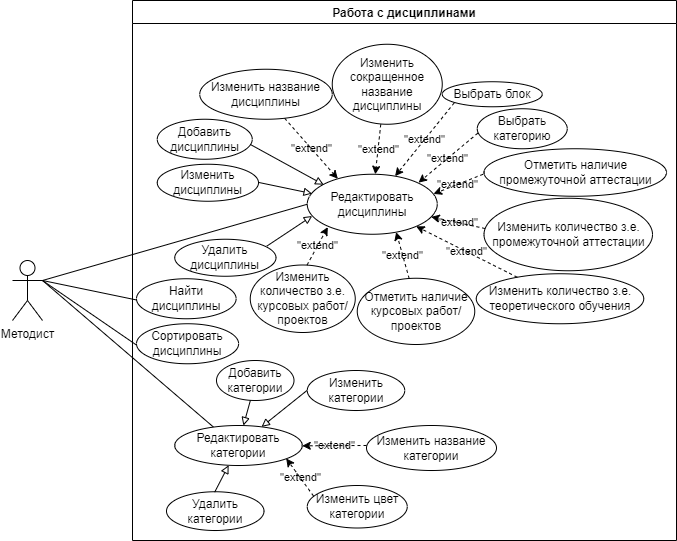
iCosmos76/Curriculum-Designer keeps this draw.io diagram as UC_Bloks/Use_case_word_with_disciplines.drawio.png. Above is the earlier version. Source tidied: cells renumbered, new cells last; positions are measured from the earlier drawing's top-left corner, leaving out a move shared by most shapes.
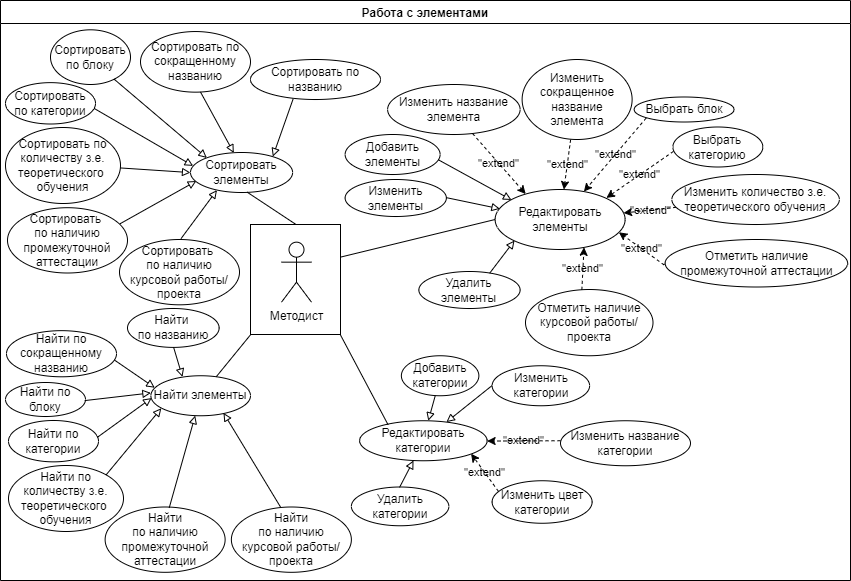
Above is the later version.

Diff of the diagram source:
```diff
@@ -2,48 +2,44 @@
   <root>
     <mxCell id="0" />
     <mxCell id="1" parent="0" />
-    <mxCell id="2" value="Методист" style="shape=umlActor;verticalLabelPosition=bottom;verticalAlign=top;html=1;" parent="1" vertex="1">
-      <mxGeometry y="260" width="30" height="60" as="geometry" />
-    </mxCell>
+    <mxCell id="46" style="rounded=0;whiteSpace=wrap;html=1;fillColor=none;" parent="1" vertex="1">
+      <mxGeometry x="370" y="224" width="90" height="110" as="geometry" />
+    </mxCell>
-    <mxCell id="3" style="endArrow=none;html=1;rounded=0;entryX=0;entryY=0.5;entryDx=0;entryDy=0;" parent="1" edge="1" target="17">
-      <mxGeometry relative="1" as="geometry">
-        <mxPoint x="30" y="280" as="sourcePoint" />
-      </mxGeometry>
+    <mxCell id="3" style="endArrow=none;html=1;rounded=0;entryX=0;entryY=0.5;entryDx=0;entryDy=0;exitX=1.003;exitY=0.296;exitDx=0;exitDy=0;exitPerimeter=0;" parent="1" edge="1" source="46" target="17">
+      <mxGeometry relative="1" as="geometry" />
     </mxCell>
-    <mxCell id="4" style="endArrow=none;html=1;rounded=0;entryX=0.304;entryY=0.04;entryDx=0;entryDy=0;entryPerimeter=0;" parent="1" edge="1" target="7">
-      <mxGeometry relative="1" as="geometry">
-        <mxPoint x="30" y="280" as="sourcePoint" />
-      </mxGeometry>
-    </mxCell>
-    <mxCell id="5" value="Работа с дисциплинами" style="swimlane;" parent="1" vertex="1">
-      <mxGeometry x="120" width="544" height="540" as="geometry" />
+    <mxCell id="5" value="Работа с элементами" style="swimlane;" parent="1" vertex="1">
+      <mxGeometry x="120" width="850" height="580" as="geometry" />
     </mxCell>
+    <mxCell id="47" style="endArrow=block;html=1;rounded=0;labelBorderColor=none;endFill=0;exitX=0.411;exitY=0.005;exitDx=0;exitDy=0;exitPerimeter=0;entryX=0.729;entryY=0.929;entryDx=0;entryDy=0;entryPerimeter=0;" parent="5" edge="1" source="61" target="42">
+      <mxGeometry relative="1" as="geometry" />
+    </mxCell>
     <mxCell id="6" value="Добавить категории" style="ellipse;whiteSpace=wrap;html=1;" parent="5" vertex="1">
-      <mxGeometry x="84" y="360" width="77.5" height="40" as="geometry" />
+      <mxGeometry x="400.9" y="355.2" width="77.5" height="40" as="geometry" />
     </mxCell>
     <mxCell id="7" value="Редактировать категории" style="ellipse;whiteSpace=wrap;html=1;" parent="5" vertex="1">
-      <mxGeometry x="42.2" y="425" width="127.5" height="40" as="geometry" />
+      <mxGeometry x="359.1" y="420.2" width="127.5" height="40" as="geometry" />
     </mxCell>
     <mxCell id="8" style="endArrow=block;html=1;rounded=0;labelBorderColor=none;endFill=0;" parent="5" edge="1" source="6" target="7">
       <mxGeometry relative="1" as="geometry" />
     </mxCell>
     <mxCell id="9" value="Изменить категории" style="ellipse;whiteSpace=wrap;html=1;" parent="5" vertex="1">
-      <mxGeometry x="174.8" y="370" width="97.5" height="40" as="geometry" />
+      <mxGeometry x="491.6" y="365.2" width="97.5" height="40" as="geometry" />
     </mxCell>
     <mxCell id="10" style="endArrow=block;html=1;rounded=0;labelBorderColor=none;endFill=0;exitX=-0.003;exitY=0.5;exitDx=0;exitDy=0;exitPerimeter=0;" parent="5" edge="1" source="9" target="7">
       <mxGeometry relative="1" as="geometry" />
     </mxCell>
     <mxCell id="11" value="Удалить категории" style="ellipse;whiteSpace=wrap;html=1;" parent="5" vertex="1">
-      <mxGeometry x="34" y="491.2" width="97.5" height="38.8" as="geometry" />
+      <mxGeometry x="350.9" y="486.5" width="97.5" height="38.8" as="geometry" />
     </mxCell>
     <mxCell id="12" style="endArrow=block;html=1;rounded=0;labelBorderColor=none;endFill=0;exitX=0.494;exitY=0.011;exitDx=0;exitDy=0;exitPerimeter=0;" parent="5" edge="1" source="11" target="7">
       <mxGeometry relative="1" as="geometry" />
     </mxCell>
     <mxCell id="13" value="Изменить название категории" style="ellipse;whiteSpace=wrap;html=1;" parent="5" vertex="1">
-      <mxGeometry x="234" y="425" width="130" height="45" as="geometry" />
+      <mxGeometry x="560" y="420.2" width="130" height="45" as="geometry" />
     </mxCell>
     <mxCell id="14" value="Изменить цвет категории" style="ellipse;whiteSpace=wrap;html=1;" parent="5" vertex="1">
-      <mxGeometry x="174.8" y="485" width="100" height="42.5" as="geometry" />
+      <mxGeometry x="491.6" y="480.2" width="100" height="42.5" as="geometry" />
     </mxCell>
     <mxCell id="15" value="&quot;extend&quot;" style="endArrow=classic;html=1;rounded=0;dashed=1;labelBackgroundColor=none;exitX=0;exitY=0.444;exitDx=0;exitDy=0;exitPerimeter=0;entryX=1;entryY=0.508;entryDx=0;entryDy=0;entryPerimeter=0;" parent="5" edge="1" source="13" target="7">
       <mxGeometry relative="1" as="geometry" />
@@ -51,49 +47,34 @@
     <mxCell id="16" value="&quot;extend&quot;" style="endArrow=classic;html=1;rounded=0;dashed=1;labelBackgroundColor=none;entryX=0.874;entryY=0.823;entryDx=0;entryDy=0;entryPerimeter=0;exitX=0.063;exitY=0.249;exitDx=0;exitDy=0;exitPerimeter=0;" parent="5" edge="1" source="14" target="7">
       <mxGeometry relative="1" as="geometry" />
     </mxCell>
-    <mxCell id="17" value="Редактировать дисциплины" style="ellipse;whiteSpace=wrap;html=1;" parent="5" vertex="1">
-      <mxGeometry x="174.8" y="173.8" width="130" height="60" as="geometry" />
+    <mxCell id="17" value="Редактировать элементы" style="ellipse;whiteSpace=wrap;html=1;" parent="5" vertex="1">
+      <mxGeometry x="494.6" y="189" width="130" height="60" as="geometry" />
     </mxCell>
     <mxCell id="18" value="Выбрать блок" style="ellipse;whiteSpace=wrap;html=1;" parent="5" vertex="1">
-      <mxGeometry x="309.8" y="81.2" width="100" height="25" as="geometry" />
+      <mxGeometry x="633.6" y="96.5" width="100" height="25" as="geometry" />
     </mxCell>
-    <mxCell id="19" value="Изменить название дисциплины" style="ellipse;whiteSpace=wrap;html=1;" parent="5" vertex="1">
-      <mxGeometry x="67.2" y="68.8" width="132.5" height="50" as="geometry" />
+    <mxCell id="19" value="Изменить название элемента" style="ellipse;whiteSpace=wrap;html=1;" parent="5" vertex="1">
+      <mxGeometry x="387.1" y="84" width="132.5" height="50" as="geometry" />
     </mxCell>
     <mxCell id="20" value="Изменить количество з.е.&lt;br&gt;теоретического обучения" style="ellipse;whiteSpace=wrap;html=1;" parent="5" vertex="1">
-      <mxGeometry x="343.8" y="273.2" width="167.5" height="50" as="geometry" />
+      <mxGeometry x="671.4" y="174" width="167.5" height="50" as="geometry" />
     </mxCell>
     <mxCell id="21" value="&quot;extend&quot;" style="endArrow=classic;html=1;rounded=0;dashed=1;labelBorderColor=none;exitX=0.641;exitY=0.981;exitDx=0;exitDy=0;exitPerimeter=0;labelBackgroundColor=none;entryX=0.235;entryY=0.075;entryDx=0;entryDy=0;entryPerimeter=0;" parent="5" edge="1" source="19" target="17">
       <mxGeometry relative="1" as="geometry" />
     </mxCell>
-    <mxCell id="22" value="Изменить количество з.е. курсовых работ/ проектов" style="ellipse;whiteSpace=wrap;html=1;" parent="5" vertex="1">
-      <mxGeometry x="117.8" y="264.5" width="105" height="67.5" as="geometry" />
-    </mxCell>
-    <mxCell id="23" value="&quot;extend&quot;" style="endArrow=classic;html=1;rounded=0;dashed=1;exitX=0.541;exitY=0;exitDx=0;exitDy=0;entryX=0.158;entryY=0.881;entryDx=0;entryDy=0;entryPerimeter=0;labelBackgroundColor=none;exitPerimeter=0;" parent="5" edge="1" source="22" target="17">
-      <mxGeometry relative="1" as="geometry" />
-    </mxCell>
     <mxCell id="24" value="Выбрать категорию" style="ellipse;whiteSpace=wrap;html=1;" parent="5" vertex="1">
-      <mxGeometry x="344.8" y="108.2" width="90" height="40" as="geometry" />
+      <mxGeometry x="672.4" y="126.5" width="90" height="40" as="geometry" />
     </mxCell>
-    <mxCell id="25" value="Изменить количество з.е. промежуточной аттестации" style="ellipse;whiteSpace=wrap;html=1;" parent="5" vertex="1">
-      <mxGeometry x="351.5" y="197.8" width="168.5" height="72.5" as="geometry" />
-    </mxCell>
-    <mxCell id="26" value="&quot;extend&quot;" style="endArrow=classic;html=1;rounded=0;dashed=1;labelBackgroundColor=none;exitX=0.007;exitY=0.418;exitDx=0;exitDy=0;exitPerimeter=0;" parent="5" edge="1" source="25" target="17">
-      <mxGeometry relative="1" as="geometry" />
-    </mxCell>
-    <mxCell id="27" value="Отметить наличие курсовых работ/ проектов" style="ellipse;whiteSpace=wrap;html=1;" parent="5" vertex="1">
-      <mxGeometry x="224.8" y="277.8" width="117.5" height="66.2" as="geometry" />
+    <mxCell id="27" value="Отметить наличие курсовой работы/ проекта" style="ellipse;whiteSpace=wrap;html=1;" parent="5" vertex="1">
+      <mxGeometry x="525" y="289" width="127.5" height="66.2" as="geometry" />
     </mxCell>
     <mxCell id="28" value="&quot;extend&quot;" style="endArrow=classic;html=1;rounded=0;dashed=1;exitX=0.442;exitY=0.005;exitDx=0;exitDy=0;entryX=0.684;entryY=0.964;entryDx=0;entryDy=0;entryPerimeter=0;labelBackgroundColor=none;exitPerimeter=0;" parent="5" edge="1" source="27" target="17">
       <mxGeometry relative="1" as="geometry" />
     </mxCell>
-    <mxCell id="29" value="Изменить сокращенное название дисциплины" style="ellipse;whiteSpace=wrap;html=1;" parent="5" vertex="1">
-      <mxGeometry x="199.8" y="43.8" width="110" height="80" as="geometry" />
+    <mxCell id="29" value="Изменить сокращенное название элемента" style="ellipse;whiteSpace=wrap;html=1;" parent="5" vertex="1">
+      <mxGeometry x="521.6" y="59" width="110" height="80" as="geometry" />
     </mxCell>
-    <mxCell id="30" value="Отметить наличие промежуточной аттестации" style="ellipse;whiteSpace=wrap;html=1;" parent="5" vertex="1">
-      <mxGeometry x="351.5" y="148.2" width="182.5" height="47.5" as="geometry" />
-    </mxCell>
-    <mxCell id="31" value="&quot;extend&quot;" style="endArrow=classic;html=1;rounded=0;dashed=1;labelBackgroundColor=none;exitX=-0.005;exitY=0.537;exitDx=0;exitDy=0;exitPerimeter=0;entryX=0.971;entryY=0.328;entryDx=0;entryDy=0;entryPerimeter=0;" parent="5" edge="1" source="30" target="17">
+    <mxCell id="31" value="&quot;extend&quot;" style="endArrow=classic;html=1;rounded=0;dashed=1;labelBackgroundColor=none;exitX=-0.005;exitY=0.537;exitDx=0;exitDy=0;exitPerimeter=0;entryX=0.952;entryY=0.713;entryDx=0;entryDy=0;entryPerimeter=0;" parent="5" edge="1" source="30" target="17">
       <mxGeometry relative="1" as="geometry" />
     </mxCell>
     <mxCell id="32" value="&quot;extend&quot;" style="endArrow=classic;html=1;rounded=0;dashed=1;labelBorderColor=none;exitX=0.441;exitY=1.002;exitDx=0;exitDy=0;exitPerimeter=0;labelBackgroundColor=none;" parent="5" edge="1" source="29" target="17">
@@ -108,11 +89,11 @@
     <mxCell id="35" value="&quot;extend&quot;" style="endArrow=classic;html=1;rounded=0;dashed=1;labelBackgroundColor=none;" parent="5" edge="1" source="20" target="17">
       <mxGeometry relative="1" as="geometry" />
     </mxCell>
-    <mxCell id="36" value="Добавить дисциплины" style="ellipse;whiteSpace=wrap;html=1;" parent="5" vertex="1">
-      <mxGeometry x="24.8" y="118.8" width="95" height="40" as="geometry" />
+    <mxCell id="36" value="Добавить элементы" style="ellipse;whiteSpace=wrap;html=1;" parent="5" vertex="1">
+      <mxGeometry x="344.6" y="134" width="95" height="40" as="geometry" />
     </mxCell>
-    <mxCell id="37" value="Изменить дисциплины" style="ellipse;whiteSpace=wrap;html=1;" parent="5" vertex="1">
-      <mxGeometry x="24.8" y="163.8" width="101.2" height="37" as="geometry" />
+    <mxCell id="37" value="Изменить элементы" style="ellipse;whiteSpace=wrap;html=1;" parent="5" vertex="1">
+      <mxGeometry x="344.6" y="179" width="101.2" height="37" as="geometry" />
     </mxCell>
     <mxCell id="38" style="endArrow=block;html=1;rounded=0;labelBorderColor=none;endFill=0;exitX=0.982;exitY=0.633;exitDx=0;exitDy=0;exitPerimeter=0;entryX=0.126;entryY=0.174;entryDx=0;entryDy=0;entryPerimeter=0;" parent="5" edge="1" source="36" target="17">
       <mxGeometry relative="1" as="geometry" />
@@ -120,27 +101,113 @@
     <mxCell id="39" style="endArrow=block;html=1;rounded=0;labelBorderColor=none;endFill=0;exitX=1.001;exitY=0.491;exitDx=0;exitDy=0;exitPerimeter=0;entryX=0.037;entryY=0.322;entryDx=0;entryDy=0;entryPerimeter=0;" parent="5" edge="1" source="37" target="17">
       <mxGeometry relative="1" as="geometry" />
     </mxCell>
-    <mxCell id="40" value="Удалить дисциплины" style="ellipse;whiteSpace=wrap;html=1;" parent="5" vertex="1">
-      <mxGeometry x="42.2" y="238.8" width="101.2" height="37" as="geometry" />
+    <mxCell id="40" value="Удалить элементы" style="ellipse;whiteSpace=wrap;html=1;" parent="5" vertex="1">
+      <mxGeometry x="418.4" y="271" width="101.2" height="37" as="geometry" />
     </mxCell>
-    <mxCell id="41" style="endArrow=block;html=1;rounded=0;labelBorderColor=none;endFill=0;exitX=0.91;exitY=0.184;exitDx=0;exitDy=0;exitPerimeter=0;entryX=0.038;entryY=0.696;entryDx=0;entryDy=0;entryPerimeter=0;" parent="5" edge="1" source="40" target="17">
+    <mxCell id="41" style="endArrow=block;html=1;rounded=0;labelBorderColor=none;endFill=0;exitX=0.699;exitY=0.047;exitDx=0;exitDy=0;exitPerimeter=0;entryX=0.149;entryY=0.851;entryDx=0;entryDy=0;entryPerimeter=0;" parent="5" edge="1" source="40" target="17">
       <mxGeometry relative="1" as="geometry" />
     </mxCell>
+    <mxCell id="48" value="Сортировать по сокращенному названию" style="ellipse;whiteSpace=wrap;html=1;" parent="5" vertex="1">
+      <mxGeometry x="140" y="31" width="110" height="60.6" as="geometry" />
+    </mxCell>
+    <mxCell id="30" value="Отметить наличие промежуточной аттестации" style="ellipse;whiteSpace=wrap;html=1;" parent="5" vertex="1">
+      <mxGeometry x="664.6" y="239" width="182.5" height="47.5" as="geometry" />
+    </mxCell>
-    <mxCell id="42" value="Найти дисциплины" style="ellipse;whiteSpace=wrap;html=1;" parent="5" vertex="1">
-      <mxGeometry x="4" y="278.2" width="99.6" height="40" as="geometry" />
+    <mxCell id="42" value="Найти элементы" style="ellipse;whiteSpace=wrap;html=1;" parent="5" vertex="1">
+      <mxGeometry x="150.4" y="375.2" width="99.6" height="40" as="geometry" />
     </mxCell>
-    <mxCell id="43" value="Сортировать дисциплины" style="ellipse;whiteSpace=wrap;html=1;" parent="5" vertex="1">
-      <mxGeometry x="4" y="323.2" width="102.1" height="40" as="geometry" />
+    <mxCell id="43" value="Сортировать элементы" style="ellipse;whiteSpace=wrap;html=1;" parent="5" vertex="1">
+      <mxGeometry x="190" y="152" width="102.1" height="40" as="geometry" />
     </mxCell>
+    <mxCell id="49" value="Сортировать по названию" style="ellipse;whiteSpace=wrap;html=1;" parent="5" vertex="1">
+      <mxGeometry x="250" y="59" width="130" height="40" as="geometry" />
+    </mxCell>
+    <mxCell id="50" value="Сортировать по блоку" style="ellipse;whiteSpace=wrap;html=1;" parent="5" vertex="1">
+      <mxGeometry x="50" y="29.3" width="80" height="54.7" as="geometry" />
+    </mxCell>
+    <mxCell id="51" value="Сортировать по категории" style="ellipse;whiteSpace=wrap;html=1;" parent="5" vertex="1">
+      <mxGeometry x="5" y="82.2" width="90" height="41.4" as="geometry" />
+    </mxCell>
+    <mxCell id="52" value="Сортировать по количеству з.е. теоретического &lt;br&gt;обучения" style="ellipse;whiteSpace=wrap;html=1;" parent="5" vertex="1">
+      <mxGeometry x="5" y="127" width="115" height="76" as="geometry" />
+    </mxCell>
+    <mxCell id="53" value="Сортировать &lt;br&gt;по наличию промежуточной аттестации" style="ellipse;whiteSpace=wrap;html=1;" parent="5" vertex="1">
+      <mxGeometry x="7" y="207.2" width="120" height="65.3" as="geometry" />
+    </mxCell>
+    <mxCell id="54" value="Сортировать &lt;br&gt;по наличию курсовой работы/проекта" style="ellipse;whiteSpace=wrap;html=1;" parent="5" vertex="1">
+      <mxGeometry x="119" y="239" width="120" height="65.3" as="geometry" />
+    </mxCell>
+    <mxCell id="55" value="Найти по сокращенному названию" style="ellipse;whiteSpace=wrap;html=1;" parent="5" vertex="1">
+      <mxGeometry x="6" y="330.2" width="110" height="46.1" as="geometry" />
+    </mxCell>
+    <mxCell id="56" value="Найти &lt;br&gt;по названию" style="ellipse;whiteSpace=wrap;html=1;" parent="5" vertex="1">
+      <mxGeometry x="127" y="308" width="91.6" height="38.9" as="geometry" />
+    </mxCell>
+    <mxCell id="57" value="Найти по блоку" style="ellipse;whiteSpace=wrap;html=1;" parent="5" vertex="1">
+      <mxGeometry x="5" y="382" width="80" height="34" as="geometry" />
+    </mxCell>
+    <mxCell id="58" value="Найти по категории" style="ellipse;whiteSpace=wrap;html=1;" parent="5" vertex="1">
+      <mxGeometry x="8" y="420" width="90" height="41.4" as="geometry" />
+    </mxCell>
+    <mxCell id="59" value="Найти по количеству з.е. теоретического &lt;br&gt;обучения" style="ellipse;whiteSpace=wrap;html=1;" parent="5" vertex="1">
+      <mxGeometry x="8" y="465" width="115" height="66" as="geometry" />
+    </mxCell>
+    <mxCell id="60" value="Найти&lt;br&gt;по наличию промежуточной аттестации" style="ellipse;whiteSpace=wrap;html=1;" parent="5" vertex="1">
+      <mxGeometry x="104.6" y="506.5" width="120" height="65.3" as="geometry" />
+    </mxCell>
+    <mxCell id="61" value="Найти&lt;br&gt;по наличию курсовой работы/проекта" style="ellipse;whiteSpace=wrap;html=1;" parent="5" vertex="1">
+      <mxGeometry x="230.9" y="506.5" width="120" height="65.3" as="geometry" />
+    </mxCell>
+    <mxCell id="62" style="endArrow=block;html=1;rounded=0;labelBorderColor=none;endFill=0;exitX=0.534;exitY=0.014;exitDx=0;exitDy=0;exitPerimeter=0;" parent="5" edge="1" source="60" target="42">
+      <mxGeometry relative="1" as="geometry" />
+    </mxCell>
+    <mxCell id="63" style="endArrow=block;html=1;rounded=0;labelBorderColor=none;endFill=0;exitX=0.849;exitY=0.142;exitDx=0;exitDy=0;exitPerimeter=0;entryX=0.105;entryY=0.812;entryDx=0;entryDy=0;entryPerimeter=0;" parent="5" edge="1" source="59" target="42">
+      <mxGeometry relative="1" as="geometry" />
+    </mxCell>
+    <mxCell id="64" style="endArrow=block;html=1;rounded=0;labelBorderColor=none;endFill=0;exitX=0.987;exitY=0.407;exitDx=0;exitDy=0;exitPerimeter=0;entryX=0.007;entryY=0.558;entryDx=0;entryDy=0;entryPerimeter=0;" parent="5" edge="1" source="58" target="42">
+      <mxGeometry relative="1" as="geometry" />
+    </mxCell>
+    <mxCell id="65" style="endArrow=block;html=1;rounded=0;labelBorderColor=none;endFill=0;exitX=0.99;exitY=0.532;exitDx=0;exitDy=0;exitPerimeter=0;entryX=0;entryY=0.429;entryDx=0;entryDy=0;entryPerimeter=0;" parent="5" edge="1" source="57" target="42">
+      <mxGeometry relative="1" as="geometry" />
+    </mxCell>
+    <mxCell id="66" style="endArrow=block;html=1;rounded=0;labelBorderColor=none;endFill=0;exitX=0.98;exitY=0.635;exitDx=0;exitDy=0;exitPerimeter=0;entryX=0.039;entryY=0.299;entryDx=0;entryDy=0;entryPerimeter=0;" parent="5" edge="1" source="55" target="42">
+      <mxGeometry relative="1" as="geometry" />
+    </mxCell>
+    <mxCell id="67" style="endArrow=block;html=1;rounded=0;labelBorderColor=none;endFill=0;exitX=0.503;exitY=0.996;exitDx=0;exitDy=0;exitPerimeter=0;entryX=0.317;entryY=0.029;entryDx=0;entryDy=0;entryPerimeter=0;" parent="5" edge="1" source="56" target="42">
+      <mxGeometry relative="1" as="geometry" />
+    </mxCell>
+    <mxCell id="68" style="endArrow=block;html=1;rounded=0;labelBorderColor=none;endFill=0;exitX=0.328;exitY=0.985;exitDx=0;exitDy=0;exitPerimeter=0;entryX=0.806;entryY=0.102;entryDx=0;entryDy=0;entryPerimeter=0;" parent="5" edge="1" source="49" target="43">
+      <mxGeometry relative="1" as="geometry" />
+    </mxCell>
+    <mxCell id="69" style="endArrow=block;html=1;rounded=0;labelBorderColor=none;endFill=0;exitX=0.545;exitY=0.996;exitDx=0;exitDy=0;exitPerimeter=0;entryX=0.424;entryY=0.01;entryDx=0;entryDy=0;entryPerimeter=0;" parent="5" edge="1" source="48" target="43">
+      <mxGeometry relative="1" as="geometry" />
+    </mxCell>
+    <mxCell id="70" style="endArrow=block;html=1;rounded=0;labelBorderColor=none;endFill=0;exitX=0.794;exitY=0.901;exitDx=0;exitDy=0;exitPerimeter=0;entryX=0.16;entryY=0.135;entryDx=0;entryDy=0;entryPerimeter=0;" parent="5" edge="1" source="50" target="43">
+      <mxGeometry relative="1" as="geometry" />
+    </mxCell>
+    <mxCell id="71" style="endArrow=block;html=1;rounded=0;labelBorderColor=none;endFill=0;exitX=0.984;exitY=0.622;exitDx=0;exitDy=0;exitPerimeter=0;entryX=0.026;entryY=0.335;entryDx=0;entryDy=0;entryPerimeter=0;" parent="5" edge="1" source="51" target="43">
+      <mxGeometry relative="1" as="geometry" />
+    </mxCell>
+    <mxCell id="72" style="endArrow=block;html=1;rounded=0;labelBorderColor=none;endFill=0;exitX=0.997;exitY=0.532;exitDx=0;exitDy=0;exitPerimeter=0;entryX=0;entryY=0.502;entryDx=0;entryDy=0;entryPerimeter=0;" parent="5" edge="1" source="52" target="43">
+      <mxGeometry relative="1" as="geometry" />
+    </mxCell>
+    <mxCell id="73" style="endArrow=block;html=1;rounded=0;labelBorderColor=none;endFill=0;exitX=0.937;exitY=0.247;exitDx=0;exitDy=0;exitPerimeter=0;entryX=0.057;entryY=0.713;entryDx=0;entryDy=0;entryPerimeter=0;" parent="5" edge="1" source="53" target="43">
+      <mxGeometry relative="1" as="geometry" />
+    </mxCell>
+    <mxCell id="74" style="endArrow=block;html=1;rounded=0;labelBorderColor=none;endFill=0;exitX=0.513;exitY=-0.014;exitDx=0;exitDy=0;exitPerimeter=0;entryX=0.259;entryY=0.94;entryDx=0;entryDy=0;entryPerimeter=0;" parent="5" edge="1" source="54" target="43">
+      <mxGeometry relative="1" as="geometry" />
+    </mxCell>
+    <mxCell id="2" value="Методист" style="shape=umlActor;verticalLabelPosition=bottom;verticalAlign=top;html=1;" parent="5" vertex="1">
+      <mxGeometry x="281" y="241.7" width="30" height="60" as="geometry" />
+    </mxCell>
-    <mxCell id="44" style="endArrow=none;html=1;rounded=0;entryX=-0.001;entryY=0.531;entryDx=0;entryDy=0;entryPerimeter=0;" parent="1" edge="1" target="43">
-      <mxGeometry relative="1" as="geometry">
-        <mxPoint x="30" y="280" as="sourcePoint" />
-      </mxGeometry>
+    <mxCell id="44" style="endArrow=none;html=1;rounded=0;entryX=0.555;entryY=0.992;entryDx=0;entryDy=0;entryPerimeter=0;exitX=0.504;exitY=-0.001;exitDx=0;exitDy=0;exitPerimeter=0;" parent="1" edge="1" source="46" target="43">
+      <mxGeometry relative="1" as="geometry" />
     </mxCell>
-    <mxCell id="45" style="endArrow=none;html=1;rounded=0;entryX=0.001;entryY=0.531;entryDx=0;entryDy=0;entryPerimeter=0;" parent="1" edge="1" target="42">
-      <mxGeometry relative="1" as="geometry">
-        <mxPoint x="30" y="280" as="sourcePoint" />
-      </mxGeometry>
+    <mxCell id="45" style="endArrow=none;html=1;rounded=0;exitX=0.004;exitY=0.999;exitDx=0;exitDy=0;exitPerimeter=0;" parent="1" edge="1" source="46" target="42">
+      <mxGeometry relative="1" as="geometry" />
     </mxCell>
+    <mxCell id="75" style="endArrow=none;html=1;rounded=0;entryX=0.223;entryY=0.099;entryDx=0;entryDy=0;entryPerimeter=0;exitX=0.999;exitY=1.003;exitDx=0;exitDy=0;exitPerimeter=0;" parent="1" edge="1" source="46" target="7">
+      <mxGeometry relative="1" as="geometry" />
+    </mxCell>
   </root>
 </mxGraphModel>
```
